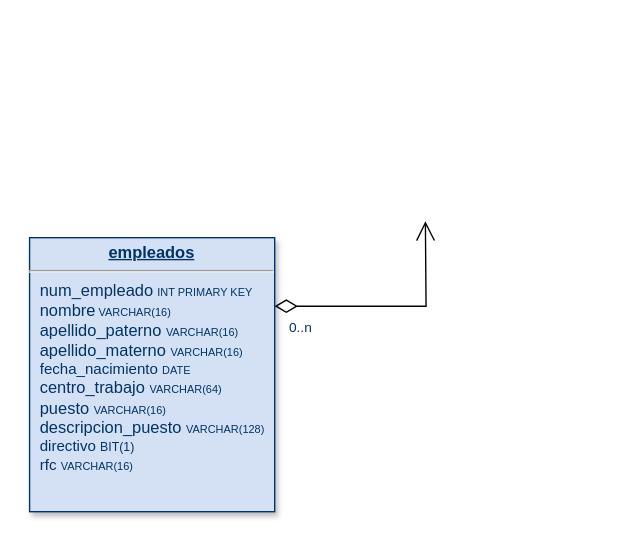
Before: LengProgII/uni_db.drawio in Godllyra/IDS, a draw.io diagram. Source tidied: cells renumbered, new cells numbered last; positions are measured from the earlier drawing's top-left corner, leaving out a move shared by most shapes. Both pictures are drawn from the tidied source at 137%, with x=0, y=0 at pixel (29, 221).
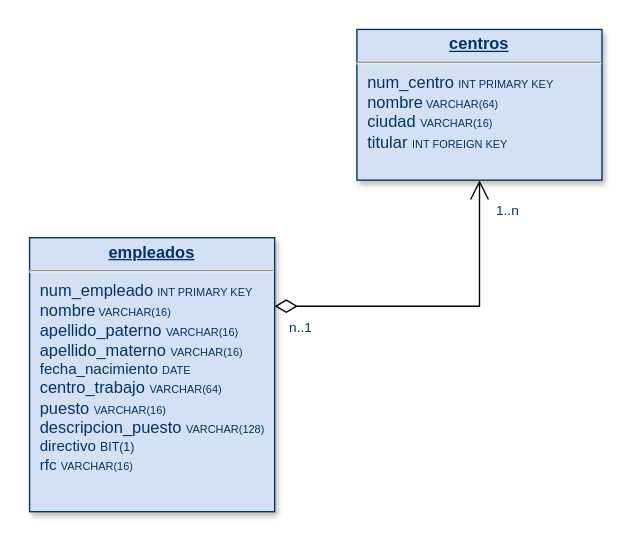
The same diagram, later.

Diff of the diagram source:
```diff
@@
 <mxGraphModel>
   <root>
     <mxCell id="0" />
     <mxCell id="1" parent="0" />
     <mxCell id="2" value="&lt;p style=&quot;margin: 0px; margin-top: 4px; text-align: center; text-decoration: underline;&quot;&gt;&lt;strong&gt;empleados&lt;br&gt;&lt;/strong&gt;&lt;/p&gt;&lt;hr&gt;&lt;p style=&quot;margin: 0px 0px 0px 8px; font-size: 11px;&quot;&gt;&lt;font style=&quot;font-size: 12px;&quot;&gt;num_empleado&lt;/font&gt; &lt;font style=&quot;font-size: 8px;&quot;&gt;INT PRIMARY KEY&lt;/font&gt;&lt;span style=&quot;white-space: pre;&quot;&gt;&#9;&lt;/span&gt;&lt;span style=&quot;white-space: pre;&quot;&gt;&#9;&lt;/span&gt;&lt;/p&gt;&lt;p style=&quot;margin: 0px 0px 0px 8px; font-size: 8px;&quot;&gt;&lt;font style=&quot;font-size: 12px;&quot;&gt;nombre&lt;/font&gt; &lt;font style=&quot;font-size: 8px;&quot;&gt;VARCHAR(16)&lt;/font&gt;&lt;br&gt;&lt;/p&gt;&lt;p style=&quot;margin: 0px 0px 0px 8px;&quot;&gt;apellido_paterno &lt;font style=&quot;font-size: 8px;&quot;&gt;VARCHAR(16)&lt;/font&gt;&lt;/p&gt;&lt;p style=&quot;margin: 0px; margin-left: 8px;&quot;&gt;apellido_materno &lt;font style=&quot;font-size: 8px;&quot;&gt;VARCHAR(16)&lt;/font&gt;&lt;/p&gt;&lt;p style=&quot;margin: 0px 0px 0px 8px; font-size: 11px;&quot;&gt;fecha_nacimiento &lt;font style=&quot;font-size: 8px;&quot;&gt;DATE&lt;/font&gt;&lt;br&gt;&lt;/p&gt;&lt;p style=&quot;margin: 0px; margin-left: 8px;&quot;&gt;centro_trabajo &lt;font style=&quot;font-size: 8px;&quot;&gt;VARCHAR(64)&lt;/font&gt;&lt;/p&gt;&lt;p style=&quot;margin: 0px; margin-left: 8px;&quot;&gt;puesto &lt;font style=&quot;font-size: 8px;&quot;&gt;VARCHAR(16)&lt;/font&gt;&lt;/p&gt;&lt;p style=&quot;margin: 0px; margin-left: 8px;&quot;&gt;descripcion_puesto &lt;font style=&quot;font-size: 8px;&quot;&gt;VARCHAR(128)&lt;/font&gt;&lt;/p&gt;&lt;p style=&quot;margin: 0px 0px 0px 8px; font-size: 11px;&quot;&gt;directivo &lt;font style=&quot;font-size: 9px;&quot;&gt;BIT(1)&lt;/font&gt;&lt;br&gt;rfc &lt;font style=&quot;font-size: 8px;&quot;&gt;VARCHAR(16)&lt;/font&gt;&lt;/p&gt;" style="verticalAlign=top;align=left;overflow=fill;fontSize=12;fontFamily=Helvetica;html=1;strokeColor=#003366;shadow=1;fillColor=#D4E1F5;fontColor=#003366;" parent="1" vertex="1">
       <mxGeometry x="0.1" y="12" width="178.9" height="200" as="geometry" />
     </mxCell>
-    <mxCell id="3" style="endArrow=open;endSize=12;startArrow=diamondThin;startSize=14;startFill=0;edgeStyle=orthogonalEdgeStyle;exitX=1;exitY=0.25;rounded=0;" parent="1" edge="1" source="2">
-      <mxGeometry x="769.4" y="450" as="geometry">
-        <mxPoint x="289" as="targetPoint" />
-      </mxGeometry>
+    <mxCell id="3" style="endArrow=open;endSize=12;startArrow=diamondThin;startSize=14;startFill=0;edgeStyle=orthogonalEdgeStyle;exitX=1;exitY=0.25;rounded=0;" parent="1" edge="1" source="2" target="5">
+      <mxGeometry x="769.4" y="450" as="geometry" />
     </mxCell>
-    <mxCell id="4" value="0..n" style="align=left;verticalAlign=top;labelBackgroundColor=#ffffff;fontSize=10;strokeColor=#003366;shadow=1;fillColor=#D4E1F5;fontColor=#003366;" parent="3" vertex="1">
+    <mxCell id="4" value="n..1" style="align=left;verticalAlign=top;labelBackgroundColor=#ffffff;fontSize=10;strokeColor=#003366;shadow=1;fillColor=#D4E1F5;fontColor=#003366;" parent="3" vertex="1">
       <mxGeometry x="-1" relative="1" as="geometry">
-        <mxPoint x="8.9" y="3" as="offset" />
+        <mxPoint x="9" y="3" as="offset" />
       </mxGeometry>
     </mxCell>
+    <mxCell id="5" value="&lt;p style=&quot;margin: 0px; margin-top: 4px; text-align: center; text-decoration: underline;&quot;&gt;&lt;strong&gt;centros&lt;br&gt;&lt;/strong&gt;&lt;/p&gt;&lt;hr&gt;&lt;p style=&quot;margin: 0px 0px 0px 8px; font-size: 11px;&quot;&gt;&lt;font style=&quot;font-size: 12px;&quot;&gt;num_centro&lt;/font&gt; &lt;font style=&quot;font-size: 8px;&quot;&gt;INT PRIMARY KEY&lt;/font&gt;&lt;span style=&quot;white-space: pre;&quot;&gt;&#9;&lt;/span&gt;&lt;span style=&quot;white-space: pre;&quot;&gt;&#9;&lt;/span&gt;&lt;/p&gt;&lt;p style=&quot;margin: 0px 0px 0px 8px; font-size: 8px;&quot;&gt;&lt;font style=&quot;font-size: 12px;&quot;&gt;nombre&lt;/font&gt; &lt;font style=&quot;font-size: 8px;&quot;&gt;VARCHAR(64)&lt;/font&gt;&lt;br&gt;&lt;/p&gt;&lt;p style=&quot;margin: 0px 0px 0px 8px;&quot;&gt;ciudad &lt;font style=&quot;font-size: 8px;&quot;&gt;VARCHAR(16)&lt;/font&gt;&lt;/p&gt;&lt;p style=&quot;margin: 0px; margin-left: 8px;&quot;&gt;titular &lt;font style=&quot;font-size: 8px;&quot;&gt;INT FOREIGN KEY&lt;/font&gt;&lt;/p&gt;" style="verticalAlign=top;align=left;overflow=fill;fontSize=12;fontFamily=Helvetica;html=1;strokeColor=#003366;shadow=1;fillColor=#D4E1F5;fontColor=#003366;" parent="1" vertex="1">
+      <mxGeometry x="239" y="-140" width="178.9" height="110" as="geometry" />
+    </mxCell>
+    <mxCell id="6" value="1..n" style="align=left;verticalAlign=top;labelBackgroundColor=#ffffff;fontSize=10;strokeColor=#003366;shadow=1;fillColor=#D4E1F5;fontColor=#003366;" parent="1" vertex="1">
+      <mxGeometry x="339" y="-20" as="geometry" />
+    </mxCell>
   </root>
 </mxGraphModel>
```
